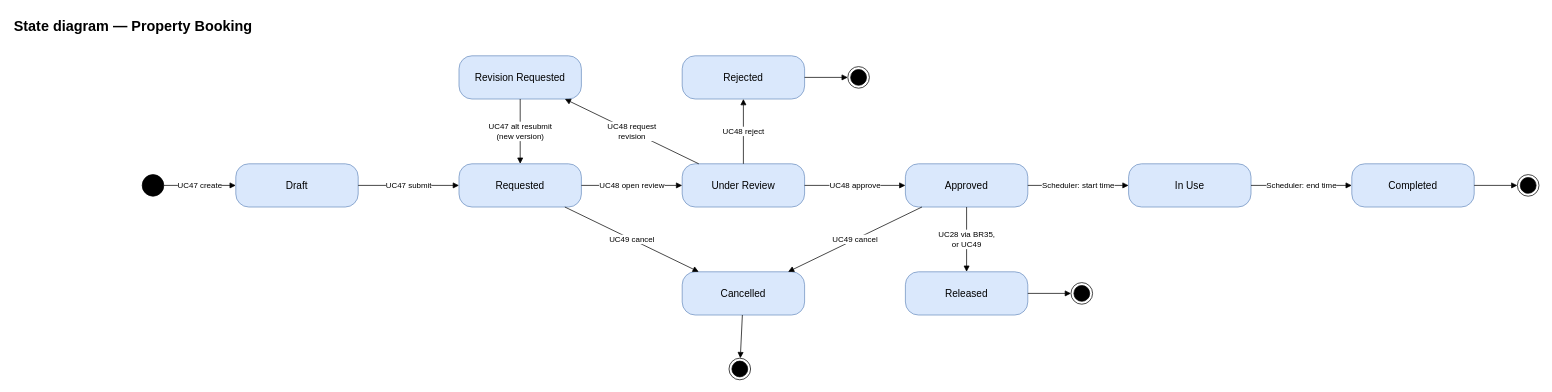
nvdekay/ClubManagementSystem keeps this draw.io diagram as page "Property Booking" (8 of 8) of docs/03-diagrams/UCMS_State_Diagrams.drawio. Above is the earlier version. Source tidied: cells renumbered, new cells numbered last; positions are measured from the earlier drawing's top-left corner, leaving out a move shared by most shapes. Both pictures are drawn from the tidied source at 72%, with x=0, y=0 at pixel (12, 12).
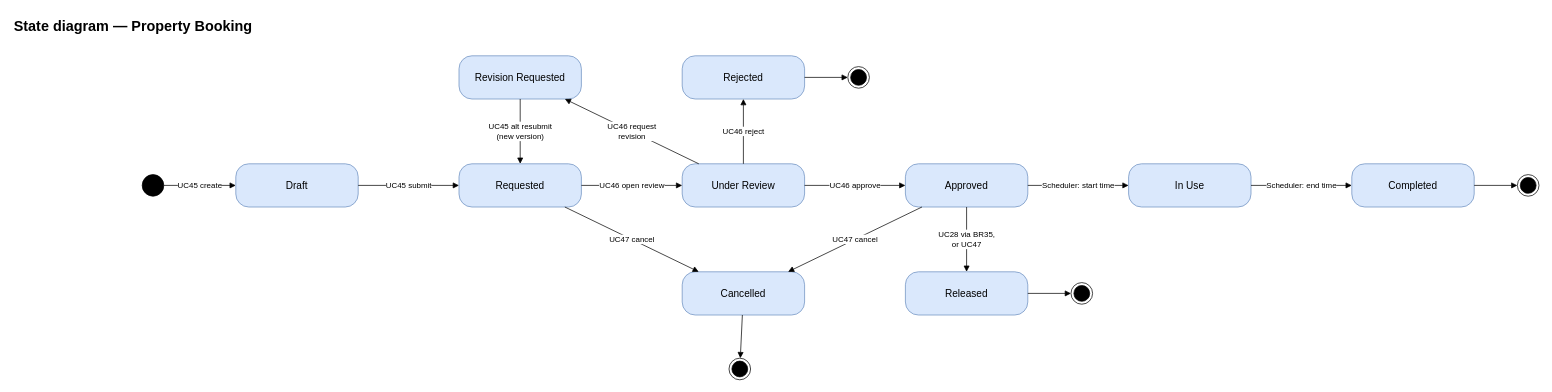
The same page after the edit.

The change refers to these unchanged cells:
```xml
<mxCell id="3" value="Revision Requested" style="rounded=1;arcSize=30;whiteSpace=wrap;html=1;fillColor=#dae8fc;strokeColor=#6c8ebf;fontSize=14;" parent="1" vertex="1">
  <mxGeometry x="620" y="60" width="170" height="60" as="geometry" />
</mxCell>
<mxCell id="4" value="Rejected" style="rounded=1;arcSize=30;whiteSpace=wrap;html=1;fillColor=#dae8fc;strokeColor=#6c8ebf;fontSize=14;" parent="1" vertex="1">
  <mxGeometry x="930" y="60" width="170" height="60" as="geometry" />
</mxCell>
<mxCell id="5" value="Draft" style="rounded=1;arcSize=30;whiteSpace=wrap;html=1;fillColor=#dae8fc;strokeColor=#6c8ebf;fontSize=14;" parent="1" vertex="1">
  <mxGeometry x="310" y="210" width="170" height="60" as="geometry" />
</mxCell>
<mxCell id="6" value="Requested" style="rounded=1;arcSize=30;whiteSpace=wrap;html=1;fillColor=#dae8fc;strokeColor=#6c8ebf;fontSize=14;" parent="1" vertex="1">
  <mxGeometry x="620" y="210" width="170" height="60" as="geometry" />
</mxCell>
<mxCell id="7" value="Under Review" style="rounded=1;arcSize=30;whiteSpace=wrap;html=1;fillColor=#dae8fc;strokeColor=#6c8ebf;fontSize=14;" parent="1" vertex="1">
  <mxGeometry x="930" y="210" width="170" height="60" as="geometry" />
</mxCell>
<mxCell id="8" value="Approved" style="rounded=1;arcSize=30;whiteSpace=wrap;html=1;fillColor=#dae8fc;strokeColor=#6c8ebf;fontSize=14;" parent="1" vertex="1">
  <mxGeometry x="1240" y="210" width="170" height="60" as="geometry" />
</mxCell>
<mxCell id="11" value="Cancelled" style="rounded=1;arcSize=30;whiteSpace=wrap;html=1;fillColor=#dae8fc;strokeColor=#6c8ebf;fontSize=14;" parent="1" vertex="1">
  <mxGeometry x="930" y="360" width="170" height="60" as="geometry" />
</mxCell>
<mxCell id="12" value="Released" style="rounded=1;arcSize=30;whiteSpace=wrap;html=1;fillColor=#dae8fc;strokeColor=#6c8ebf;fontSize=14;" parent="1" vertex="1">
  <mxGeometry x="1240" y="360" width="170" height="60" as="geometry" />
</mxCell>
<mxCell id="13" style="ellipse;html=1;fillColor=#000000;strokeColor=#000000;" parent="1" vertex="1">
  <mxGeometry x="180" y="225" width="30" height="30" as="geometry" />
</mxCell>
```

What changed in the source:
```diff
@@
-    <mxCell id="14" value="UC47 create" style="endArrow=block;endFill=1;html=1;rounded=0;fontSize=11;labelBackgroundColor=#ffffff;" parent="1" edge="1" source="13" target="5">
+    <mxCell id="14" value="UC45 create" style="endArrow=block;endFill=1;html=1;rounded=0;fontSize=11;labelBackgroundColor=#ffffff;" parent="1" edge="1" source="13" target="5">
       <mxGeometry relative="1" as="geometry" />
     </mxCell>
@@
-    <mxCell id="23" value="UC47 submit" style="endArrow=block;endFill=1;html=1;rounded=0;fontSize=11;labelBackgroundColor=#ffffff;" parent="1" edge="1" source="5" target="6">
+    <mxCell id="23" value="UC45 submit" style="endArrow=block;endFill=1;html=1;rounded=0;fontSize=11;labelBackgroundColor=#ffffff;" parent="1" edge="1" source="5" target="6">
       <mxGeometry relative="1" as="geometry" />
     </mxCell>
-    <mxCell id="24" value="UC48 open review" style="endArrow=block;endFill=1;html=1;rounded=0;fontSize=11;labelBackgroundColor=#ffffff;" parent="1" edge="1" source="6" target="7">
+    <mxCell id="24" value="UC46 open review" style="endArrow=block;endFill=1;html=1;rounded=0;fontSize=11;labelBackgroundColor=#ffffff;" parent="1" edge="1" source="6" target="7">
       <mxGeometry relative="1" as="geometry" />
     </mxCell>
-    <mxCell id="25" value="UC48 request&lt;br&gt;revision" style="endArrow=block;endFill=1;html=1;rounded=0;fontSize=11;labelBackgroundColor=#ffffff;" parent="1" edge="1" source="7" target="3">
+    <mxCell id="25" value="UC46 request&lt;br&gt;revision" style="endArrow=block;endFill=1;html=1;rounded=0;fontSize=11;labelBackgroundColor=#ffffff;" parent="1" edge="1" source="7" target="3">
       <mxGeometry relative="1" as="geometry" />
     </mxCell>
-    <mxCell id="26" value="UC47 alt resubmit&lt;br&gt;(new version)" style="endArrow=block;endFill=1;html=1;rounded=0;fontSize=11;labelBackgroundColor=#ffffff;" parent="1" edge="1" source="3" target="6">
+    <mxCell id="26" value="UC45 alt resubmit&lt;br&gt;(new version)" style="endArrow=block;endFill=1;html=1;rounded=0;fontSize=11;labelBackgroundColor=#ffffff;" parent="1" edge="1" source="3" target="6">
       <mxGeometry relative="1" as="geometry" />
     </mxCell>
-    <mxCell id="27" value="UC48 approve" style="endArrow=block;endFill=1;html=1;rounded=0;fontSize=11;labelBackgroundColor=#ffffff;" parent="1" edge="1" source="7" target="8">
+    <mxCell id="27" value="UC46 approve" style="endArrow=block;endFill=1;html=1;rounded=0;fontSize=11;labelBackgroundColor=#ffffff;" parent="1" edge="1" source="7" target="8">
       <mxGeometry relative="1" as="geometry" />
     </mxCell>
-    <mxCell id="28" value="UC48 reject" style="endArrow=block;endFill=1;html=1;rounded=0;fontSize=11;labelBackgroundColor=#ffffff;" parent="1" edge="1" source="7" target="4">
+    <mxCell id="28" value="UC46 reject" style="endArrow=block;endFill=1;html=1;rounded=0;fontSize=11;labelBackgroundColor=#ffffff;" parent="1" edge="1" source="7" target="4">
       <mxGeometry relative="1" as="geometry" />
     </mxCell>
@@
-    <mxCell id="31" value="UC49 cancel" style="endArrow=block;endFill=1;html=1;rounded=0;fontSize=11;labelBackgroundColor=#ffffff;" parent="1" edge="1" source="6" target="11">
+    <mxCell id="31" value="UC47 cancel" style="endArrow=block;endFill=1;html=1;rounded=0;fontSize=11;labelBackgroundColor=#ffffff;" parent="1" edge="1" source="6" target="11">
       <mxGeometry relative="1" as="geometry" />
     </mxCell>
-    <mxCell id="32" value="UC49 cancel" style="endArrow=block;endFill=1;html=1;rounded=0;fontSize=11;labelBackgroundColor=#ffffff;" parent="1" edge="1" source="8" target="11">
+    <mxCell id="32" value="UC47 cancel" style="endArrow=block;endFill=1;html=1;rounded=0;fontSize=11;labelBackgroundColor=#ffffff;" parent="1" edge="1" source="8" target="11">
       <mxGeometry relative="1" as="geometry" />
     </mxCell>
-    <mxCell id="33" value="UC28 via BR35,&lt;br&gt;or UC49" style="endArrow=block;endFill=1;html=1;rounded=0;fontSize=11;labelBackgroundColor=#ffffff;" parent="1" edge="1" source="8" target="12">
+    <mxCell id="33" value="UC28 via BR35,&lt;br&gt;or UC47" style="endArrow=block;endFill=1;html=1;rounded=0;fontSize=11;labelBackgroundColor=#ffffff;" parent="1" edge="1" source="8" target="12">
       <mxGeometry relative="1" as="geometry" />
     </mxCell>
```
